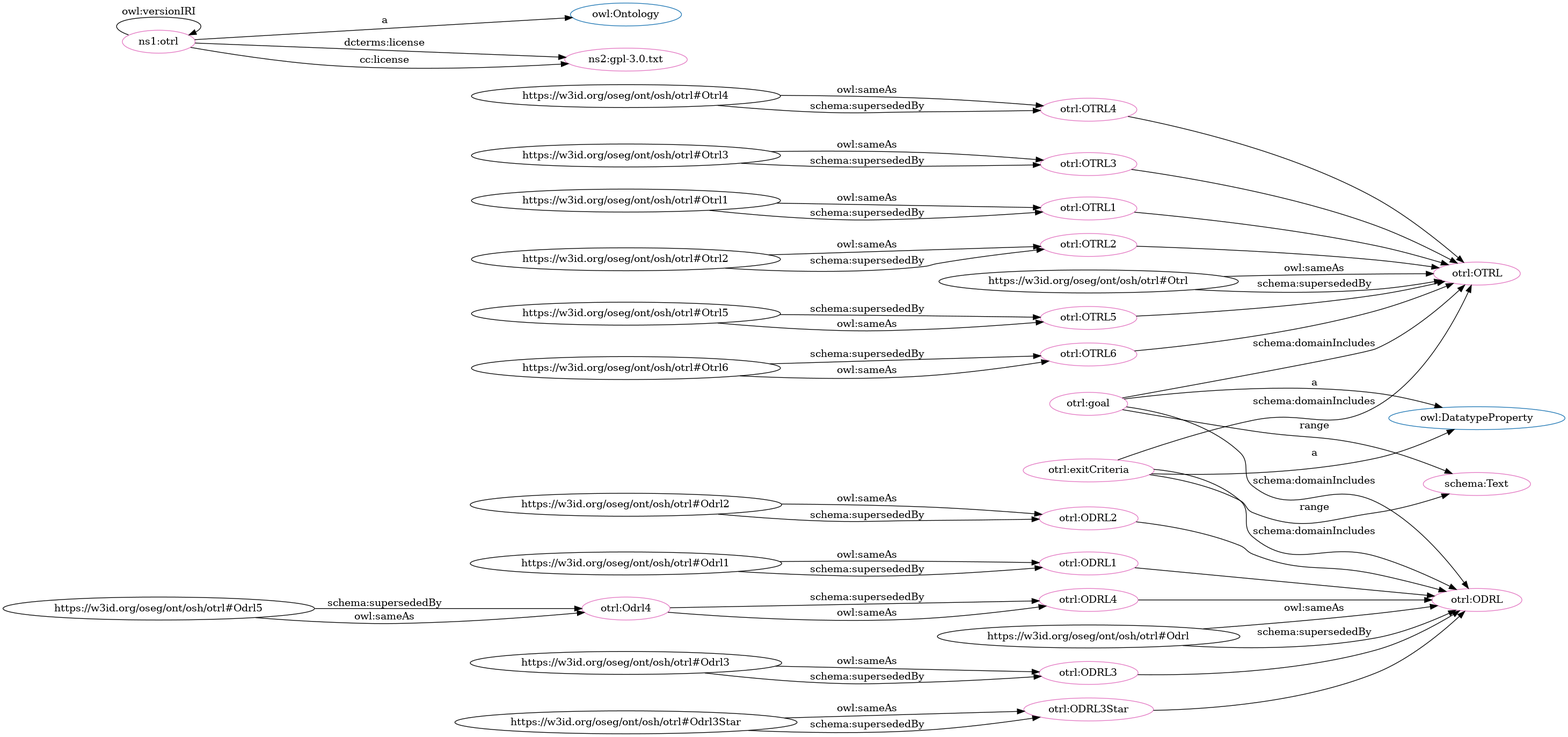
Earlier version of the Graphviz export dot_OTRL.png (OPEN-NEXT/OKH-LOSH). Its source is kept beside it as dot_OTRL.dot.
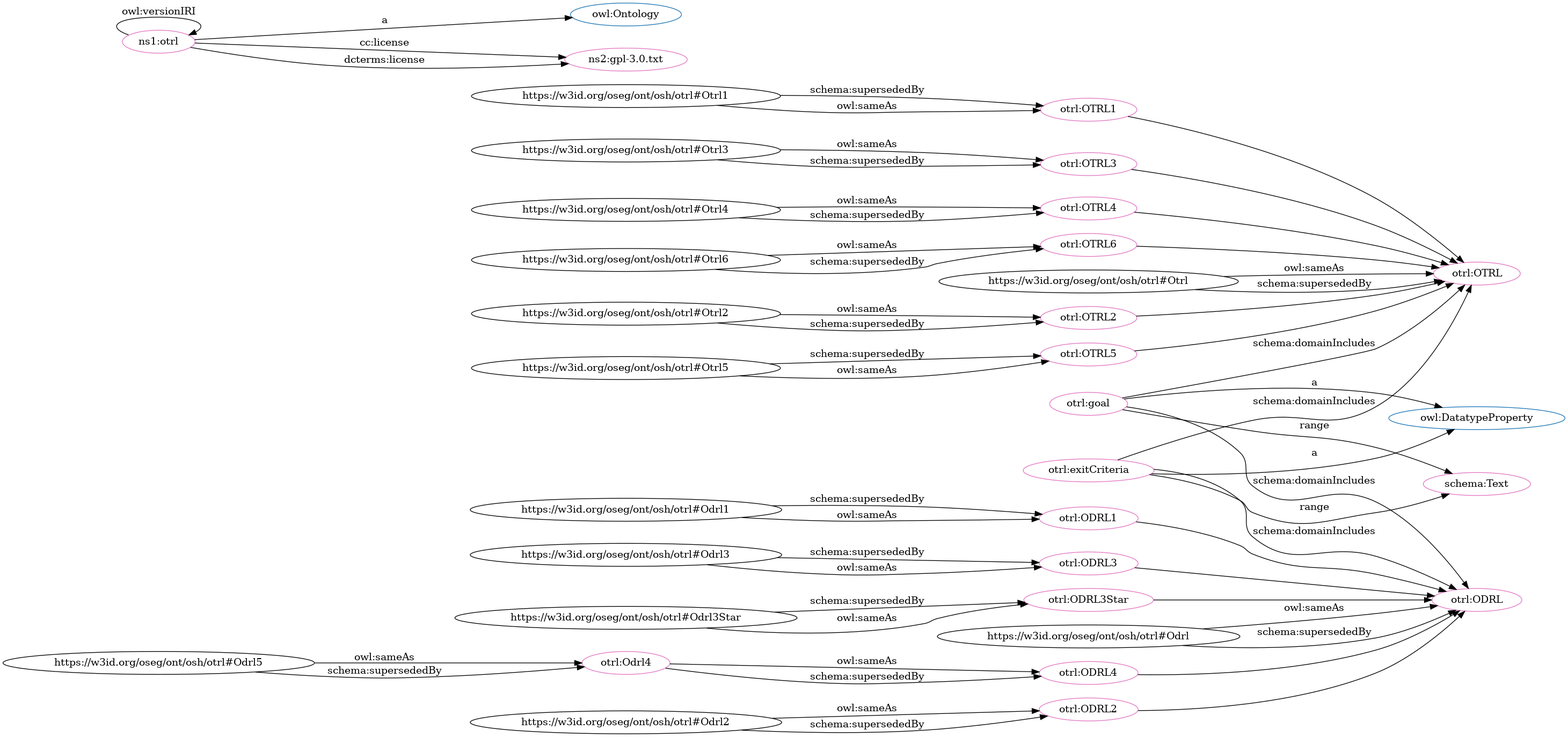
After the commit.

What changed in the source:
```diff
@@ -1,89 +1,89 @@
 digraph G {
   rankdir=BT
   node[height=.3]
-"https://w3id.org/oseg/ont/osh/otrl#OTRL1" [fillcolor="#1f77b4" color="#1f77b4" label="otrl:OTRL1"]
-"https://w3id.org/oseg/ont/osh/otrl#OTRL2" [fillcolor="#1f77b4" color="#1f77b4" label="otrl:OTRL2"]
-"http://www.w3.org/2002/07/owl#Ontology" [fillcolor="#1f77b4" color="#1f77b4" label="owl:Ontology"]
 "https://w3id.org/oseg/ont/osh/otrl#OTRL" [fillcolor="#1f77b4" color="#1f77b4" label="otrl:OTRL"]
 "http://www.w3.org/2002/07/owl#DatatypeProperty" [fillcolor="#1f77b4" color="#1f77b4" label="owl:DatatypeProperty"]
+"https://w3id.org/oseg/ont/osh/otrl#ODRL1" [fillcolor="#1f77b4" color="#1f77b4" label="otrl:ODRL1"]
+"https://w3id.org/oseg/ont/osh/otrl#ODRL3" [fillcolor="#1f77b4" color="#1f77b4" label="otrl:ODRL3"]
+"https://w3id.org/oseg/ont/osh/otrl#OTRL4" [fillcolor="#1f77b4" color="#1f77b4" label="otrl:OTRL4"]
 "https://w3id.org/oseg/ont/osh/otrl#ODRL" [fillcolor="#1f77b4" color="#1f77b4" label="otrl:ODRL"]
+"https://w3id.org/oseg/ont/osh/otrl#OTRL6" [fillcolor="#1f77b4" color="#1f77b4" label="otrl:OTRL6"]
+"https://w3id.org/oseg/ont/osh/otrl#OTRL2" [fillcolor="#1f77b4" color="#1f77b4" label="otrl:OTRL2"]
+"https://w3id.org/oseg/ont/osh/otrl#ODRL3Star" [fillcolor="#1f77b4" color="#1f77b4" label="otrl:ODRL3Star"]
+"https://w3id.org/oseg/ont/osh/otrl#ODRL4" [fillcolor="#1f77b4" color="#1f77b4" label="otrl:ODRL4"]
 "https://w3id.org/oseg/ont/osh/otrl#ODRL2" [fillcolor="#1f77b4" color="#1f77b4" label="otrl:ODRL2"]
-"https://w3id.org/oseg/ont/osh/otrl#ODRL1" [fillcolor="#1f77b4" color="#1f77b4" label="otrl:ODRL1"]
-"https://w3id.org/oseg/ont/osh/otrl#ODRL4" [fillcolor="#1f77b4" color="#1f77b4" label="otrl:ODRL4"]
 "https://w3id.org/oseg/ont/osh/otrl#OTRL5" [fillcolor="#1f77b4" color="#1f77b4" label="otrl:OTRL5"]
-"https://w3id.org/oseg/ont/osh/otrl#ODRL3" [fillcolor="#1f77b4" color="#1f77b4" label="otrl:ODRL3"]
-"https://w3id.org/oseg/ont/osh/otrl#OTRL6" [fillcolor="#1f77b4" color="#1f77b4" label="otrl:OTRL6"]
-"https://w3id.org/oseg/ont/osh/otrl#OTRL4" [fillcolor="#1f77b4" color="#1f77b4" label="otrl:OTRL4"]
-"https://w3id.org/oseg/ont/osh/otrl#ODRL3Star" [fillcolor="#1f77b4" color="#1f77b4" label="otrl:ODRL3Star"]
+"http://www.w3.org/2002/07/owl#Ontology" [fillcolor="#1f77b4" color="#1f77b4" label="owl:Ontology"]
+"https://w3id.org/oseg/ont/osh/otrl#OTRL1" [fillcolor="#1f77b4" color="#1f77b4" label="otrl:OTRL1"]
 "https://w3id.org/oseg/ont/osh/otrl#OTRL3" [fillcolor="#1f77b4" color="#1f77b4" label="otrl:OTRL3"]
+"https://w3id.org/oseg/ont/osh/otrl#OTRL3" [fillcolor="#e377c2" color="#e377c2" label="otrl:OTRL3"]
+"https://w3id.org/oseg/ont/osh/otrl" [fillcolor="#e377c2" color="#e377c2" label="ns1:otrl"]
+"https://w3id.org/oseg/ont/osh/otrl#ODRL3" [fillcolor="#e377c2" color="#e377c2" label="otrl:ODRL3"]
+"https://w3id.org/oseg/ont/osh/otrl#goal" [fillcolor="#e377c2" color="#e377c2" label="otrl:goal"]
+"https://w3id.org/oseg/ont/osh/otrl#OTRL5" [fillcolor="#e377c2" color="#e377c2" label="otrl:OTRL5"]
+"https://w3id.org/oseg/ont/osh/otrl#OTRL" [fillcolor="#e377c2" color="#e377c2" label="otrl:OTRL"]
 "https://w3id.org/oseg/ont/osh/otrl#ODRL4" [fillcolor="#e377c2" color="#e377c2" label="otrl:ODRL4"]
 "https://w3id.org/oseg/ont/osh/otrl#ODRL" [fillcolor="#e377c2" color="#e377c2" label="otrl:ODRL"]
-"https://w3id.org/oseg/ont/osh/otrl#ODRL3Star" [fillcolor="#e377c2" color="#e377c2" label="otrl:ODRL3Star"]
-"https://w3id.org/oseg/ont/osh/otrl#OTRL6" [fillcolor="#e377c2" color="#e377c2" label="otrl:OTRL6"]
-"https://w3id.org/oseg/ont/osh/otrl#OTRL" [fillcolor="#e377c2" color="#e377c2" label="otrl:OTRL"]
-"https://w3id.org/oseg/ont/osh/otrl" [fillcolor="#e377c2" color="#e377c2" label="ns1:otrl"]
-"https://w3id.org/oseg/ont/osh/otrl#Odrl4" [fillcolor="#e377c2" color="#e377c2" label="otrl:Odrl4"]
-"https://w3id.org/oseg/ont/osh/otrl#OTRL5" [fillcolor="#e377c2" color="#e377c2" label="otrl:OTRL5"]
-"https://w3id.org/oseg/ont/osh/otrl#OTRL2" [fillcolor="#e377c2" color="#e377c2" label="otrl:OTRL2"]
-"https://w3id.org/oseg/ont/osh/otrl#OTRL3" [fillcolor="#e377c2" color="#e377c2" label="otrl:OTRL3"]
-"https://w3id.org/oseg/ont/osh/otrl#ODRL3" [fillcolor="#e377c2" color="#e377c2" label="otrl:ODRL3"]
-"https://w3id.org/oseg/ont/osh/otrl#ODRL1" [fillcolor="#e377c2" color="#e377c2" label="otrl:ODRL1"]
+"https://w3id.org/oseg/ont/osh/otrl#exitCriteria" [fillcolor="#e377c2" color="#e377c2" label="otrl:exitCriteria"]
 "https://w3id.org/oseg/ont/osh/otrl#ODRL2" [fillcolor="#e377c2" color="#e377c2" label="otrl:ODRL2"]
 "http://schema.org/Text" [fillcolor="#e377c2" color="#e377c2" label="schema:Text"]
 "https://w3id.org/oseg/ont/osh/otrl#OTRL1" [fillcolor="#e377c2" color="#e377c2" label="otrl:OTRL1"]
+"https://w3id.org/oseg/ont/osh/otrl#OTRL4" [fillcolor="#e377c2" color="#e377c2" label="otrl:OTRL4"]
+"https://w3id.org/oseg/ont/osh/otrl#ODRL1" [fillcolor="#e377c2" color="#e377c2" label="otrl:ODRL1"]
+"https://w3id.org/oseg/ont/osh/otrl#ODRL3Star" [fillcolor="#e377c2" color="#e377c2" label="otrl:ODRL3Star"]
+"https://w3id.org/oseg/ont/osh/otrl#Odrl4" [fillcolor="#e377c2" color="#e377c2" label="otrl:Odrl4"]
+"https://w3id.org/oseg/ont/osh/otrl#OTRL6" [fillcolor="#e377c2" color="#e377c2" label="otrl:OTRL6"]
 "https://www.gnu.org/licenses/gpl-3.0.txt" [fillcolor="#e377c2" color="#e377c2" label="ns2:gpl-3.0.txt"]
-"https://w3id.org/oseg/ont/osh/otrl#OTRL4" [fillcolor="#e377c2" color="#e377c2" label="otrl:OTRL4"]
-"https://w3id.org/oseg/ont/osh/otrl#goal" [fillcolor="#e377c2" color="#e377c2" label="otrl:goal"]
-"https://w3id.org/oseg/ont/osh/otrl#exitCriteria" [fillcolor="#e377c2" color="#e377c2" label="otrl:exitCriteria"]
+"https://w3id.org/oseg/ont/osh/otrl#OTRL2" [fillcolor="#e377c2" color="#e377c2" label="otrl:OTRL2"]
+  "https://w3id.org/oseg/ont/osh/otrl#Otrl3" -> "https://w3id.org/oseg/ont/osh/otrl#OTRL3" [label="owl:sameAs"]
+  "https://w3id.org/oseg/ont/osh/otrl" -> "https://w3id.org/oseg/ont/osh/otrl" [label="owl:versionIRI"]
+  "https://w3id.org/oseg/ont/osh/otrl#Odrl3" -> "https://w3id.org/oseg/ont/osh/otrl#ODRL3" [label="schema:supersededBy"]
+  "https://w3id.org/oseg/ont/osh/otrl" -> "http://www.w3.org/2002/07/owl#Ontology" [label="a"]
+  "https://w3id.org/oseg/ont/osh/otrl#goal" -> "http://www.w3.org/2002/07/owl#DatatypeProperty" [label="a"]
+  "https://w3id.org/oseg/ont/osh/otrl#Otrl5" -> "https://w3id.org/oseg/ont/osh/otrl#OTRL5" [label="schema:supersededBy"]
+  "https://w3id.org/oseg/ont/osh/otrl#Otrl" -> "https://w3id.org/oseg/ont/osh/otrl#OTRL" [label="owl:sameAs"]
+  "https://w3id.org/oseg/ont/osh/otrl#OTRL2" -> "https://w3id.org/oseg/ont/osh/otrl#OTRL" [label=""]
+  "https://w3id.org/oseg/ont/osh/otrl#Otrl" -> "https://w3id.org/oseg/ont/osh/otrl#OTRL" [label="schema:supersededBy"]
+  "https://w3id.org/oseg/ont/osh/otrl#Odrl4" -> "https://w3id.org/oseg/ont/osh/otrl#ODRL4" [label="owl:sameAs"]
+  "https://w3id.org/oseg/ont/osh/otrl#ODRL3" -> "https://w3id.org/oseg/ont/osh/otrl#ODRL" [label=""]
+  "https://w3id.org/oseg/ont/osh/otrl#Odrl" -> "https://w3id.org/oseg/ont/osh/otrl#ODRL" [label="owl:sameAs"]
+  "https://w3id.org/oseg/ont/osh/otrl#exitCriteria" -> "https://w3id.org/oseg/ont/osh/otrl#ODRL" [label="schema:domainIncludes"]
+  "https://w3id.org/oseg/ont/osh/otrl#exitCriteria" -> "http://www.w3.org/2002/07/owl#DatatypeProperty" [label="a"]
+  "https://w3id.org/oseg/ont/osh/otrl#Odrl2" -> "https://w3id.org/oseg/ont/osh/otrl#ODRL2" [label="owl:sameAs"]
+  "https://w3id.org/oseg/ont/osh/otrl#OTRL5" -> "https://w3id.org/oseg/ont/osh/otrl#OTRL" [label=""]
+  "https://w3id.org/oseg/ont/osh/otrl#ODRL3Star" -> "https://w3id.org/oseg/ont/osh/otrl#ODRL" [label=""]
+  "https://w3id.org/oseg/ont/osh/otrl#exitCriteria" -> "http://schema.org/Text" [label="range"]
+  "https://w3id.org/oseg/ont/osh/otrl#OTRL3" -> "https://w3id.org/oseg/ont/osh/otrl#OTRL" [label=""]
+  "https://w3id.org/oseg/ont/osh/otrl#Odrl2" -> "https://w3id.org/oseg/ont/osh/otrl#ODRL2" [label="schema:supersededBy"]
+  "https://w3id.org/oseg/ont/osh/otrl#Otrl1" -> "https://w3id.org/oseg/ont/osh/otrl#OTRL1" [label="schema:supersededBy"]
+  "https://w3id.org/oseg/ont/osh/otrl#Otrl4" -> "https://w3id.org/oseg/ont/osh/otrl#OTRL4" [label="owl:sameAs"]
+  "https://w3id.org/oseg/ont/osh/otrl#Odrl3" -> "https://w3id.org/oseg/ont/osh/otrl#ODRL3" [label="owl:sameAs"]
+  "https://w3id.org/oseg/ont/osh/otrl#Otrl4" -> "https://w3id.org/oseg/ont/osh/otrl#OTRL4" [label="schema:supersededBy"]
+  "https://w3id.org/oseg/ont/osh/otrl#Odrl1" -> "https://w3id.org/oseg/ont/osh/otrl#ODRL1" [label="schema:supersededBy"]
+  "https://w3id.org/oseg/ont/osh/otrl#Odrl3Star" -> "https://w3id.org/oseg/ont/osh/otrl#ODRL3Star" [label="schema:supersededBy"]
+  "https://w3id.org/oseg/ont/osh/otrl#Odrl5" -> "https://w3id.org/oseg/ont/osh/otrl#Odrl4" [label="owl:sameAs"]
+  "https://w3id.org/oseg/ont/osh/otrl#Otrl5" -> "https://w3id.org/oseg/ont/osh/otrl#OTRL5" [label="owl:sameAs"]
+  "https://w3id.org/oseg/ont/osh/otrl#ODRL4" -> "https://w3id.org/oseg/ont/osh/otrl#ODRL" [label=""]
   "https://w3id.org/oseg/ont/osh/otrl#Odrl4" -> "https://w3id.org/oseg/ont/osh/otrl#ODRL4" [label="schema:supersededBy"]
+  "https://w3id.org/oseg/ont/osh/otrl#Otrl6" -> "https://w3id.org/oseg/ont/osh/otrl#OTRL6" [label="owl:sameAs"]
+  "https://w3id.org/oseg/ont/osh/otrl" -> "https://www.gnu.org/licenses/gpl-3.0.txt" [label="cc:license"]
+  "https://w3id.org/oseg/ont/osh/otrl#Odrl5" -> "https://w3id.org/oseg/ont/osh/otrl#Odrl4" [label="schema:supersededBy"]
+  "https://w3id.org/oseg/ont/osh/otrl#OTRL4" -> "https://w3id.org/oseg/ont/osh/otrl#OTRL" [label=""]
+  "https://w3id.org/oseg/ont/osh/otrl#Otrl6" -> "https://w3id.org/oseg/ont/osh/otrl#OTRL6" [label="schema:supersededBy"]
+  "https://w3id.org/oseg/ont/osh/otrl#Otrl2" -> "https://w3id.org/oseg/ont/osh/otrl#OTRL2" [label="owl:sameAs"]
+  "https://w3id.org/oseg/ont/osh/otrl#goal" -> "https://w3id.org/oseg/ont/osh/otrl#ODRL" [label="schema:domainIncludes"]
+  "https://w3id.org/oseg/ont/osh/otrl#goal" -> "http://schema.org/Text" [label="range"]
+  "https://w3id.org/oseg/ont/osh/otrl#Odrl1" -> "https://w3id.org/oseg/ont/osh/otrl#ODRL1" [label="owl:sameAs"]
+  "https://w3id.org/oseg/ont/osh/otrl#Otrl3" -> "https://w3id.org/oseg/ont/osh/otrl#OTRL3" [label="schema:supersededBy"]
+  "https://w3id.org/oseg/ont/osh/otrl#Otrl2" -> "https://w3id.org/oseg/ont/osh/otrl#OTRL2" [label="schema:supersededBy"]
   "https://w3id.org/oseg/ont/osh/otrl#ODRL1" -> "https://w3id.org/oseg/ont/osh/otrl#ODRL" [label=""]
-  "https://w3id.org/oseg/ont/osh/otrl#Odrl" -> "https://w3id.org/oseg/ont/osh/otrl#ODRL" [label="owl:sameAs"]
-  "https://w3id.org/oseg/ont/osh/otrl#ODRL3Star" -> "https://w3id.org/oseg/ont/osh/otrl#ODRL" [label=""]
+  "https://w3id.org/oseg/ont/osh/otrl#exitCriteria" -> "https://w3id.org/oseg/ont/osh/otrl#OTRL" [label="schema:domainIncludes"]
+  "https://w3id.org/oseg/ont/osh/otrl#OTRL1" -> "https://w3id.org/oseg/ont/osh/otrl#OTRL" [label=""]
+  "https://w3id.org/oseg/ont/osh/otrl" -> "https://www.gnu.org/licenses/gpl-3.0.txt" [label="dcterms:license"]
+  "https://w3id.org/oseg/ont/osh/otrl#goal" -> "https://w3id.org/oseg/ont/osh/otrl#OTRL" [label="schema:domainIncludes"]
+  "https://w3id.org/oseg/ont/osh/otrl#Odrl" -> "https://w3id.org/oseg/ont/osh/otrl#ODRL" [label="schema:supersededBy"]
   "https://w3id.org/oseg/ont/osh/otrl#Odrl3Star" -> "https://w3id.org/oseg/ont/osh/otrl#ODRL3Star" [label="owl:sameAs"]
-  "https://w3id.org/oseg/ont/osh/otrl#Otrl6" -> "https://w3id.org/oseg/ont/osh/otrl#OTRL6" [label="schema:supersededBy"]
-  "https://w3id.org/oseg/ont/osh/otrl#exitCriteria" -> "https://w3id.org/oseg/ont/osh/otrl#OTRL" [label="schema:domainIncludes"]
+  "https://w3id.org/oseg/ont/osh/otrl#ODRL2" -> "https://w3id.org/oseg/ont/osh/otrl#ODRL" [label=""]
   "https://w3id.org/oseg/ont/osh/otrl#OTRL6" -> "https://w3id.org/oseg/ont/osh/otrl#OTRL" [label=""]
-  "https://w3id.org/oseg/ont/osh/otrl" -> "https://w3id.org/oseg/ont/osh/otrl" [label="owl:versionIRI"]
-  "https://w3id.org/oseg/ont/osh/otrl#Odrl5" -> "https://w3id.org/oseg/ont/osh/otrl#Odrl4" [label="schema:supersededBy"]
-  "https://w3id.org/oseg/ont/osh/otrl#Otrl5" -> "https://w3id.org/oseg/ont/osh/otrl#OTRL5" [label="schema:supersededBy"]
-  "https://w3id.org/oseg/ont/osh/otrl#Otrl2" -> "https://w3id.org/oseg/ont/osh/otrl#OTRL2" [label="owl:sameAs"]
-  "https://w3id.org/oseg/ont/osh/otrl#Otrl3" -> "https://w3id.org/oseg/ont/osh/otrl#OTRL3" [label="owl:sameAs"]
-  "https://w3id.org/oseg/ont/osh/otrl#Odrl3" -> "https://w3id.org/oseg/ont/osh/otrl#ODRL3" [label="owl:sameAs"]
-  "https://w3id.org/oseg/ont/osh/otrl#exitCriteria" -> "https://w3id.org/oseg/ont/osh/otrl#ODRL" [label="schema:domainIncludes"]
-  "https://w3id.org/oseg/ont/osh/otrl#ODRL3" -> "https://w3id.org/oseg/ont/osh/otrl#ODRL" [label=""]
-  "https://w3id.org/oseg/ont/osh/otrl#ODRL2" -> "https://w3id.org/oseg/ont/osh/otrl#ODRL" [label=""]
-  "https://w3id.org/oseg/ont/osh/otrl#Odrl3Star" -> "https://w3id.org/oseg/ont/osh/otrl#ODRL3Star" [label="schema:supersededBy"]
-  "https://w3id.org/oseg/ont/osh/otrl#Odrl1" -> "https://w3id.org/oseg/ont/osh/otrl#ODRL1" [label="owl:sameAs"]
-  "https://w3id.org/oseg/ont/osh/otrl#Odrl2" -> "https://w3id.org/oseg/ont/osh/otrl#ODRL2" [label="owl:sameAs"]
-  "https://w3id.org/oseg/ont/osh/otrl#OTRL3" -> "https://w3id.org/oseg/ont/osh/otrl#OTRL" [label=""]
-  "https://w3id.org/oseg/ont/osh/otrl#goal" -> "http://schema.org/Text" [label="range"]
-  "https://w3id.org/oseg/ont/osh/otrl#goal" -> "https://w3id.org/oseg/ont/osh/otrl#ODRL" [label="schema:domainIncludes"]
-  "https://w3id.org/oseg/ont/osh/otrl#Otrl3" -> "https://w3id.org/oseg/ont/osh/otrl#OTRL3" [label="schema:supersededBy"]
-  "https://w3id.org/oseg/ont/osh/otrl#Odrl3" -> "https://w3id.org/oseg/ont/osh/otrl#ODRL3" [label="schema:supersededBy"]
-  "https://w3id.org/oseg/ont/osh/otrl#exitCriteria" -> "http://schema.org/Text" [label="range"]
-  "https://w3id.org/oseg/ont/osh/otrl#Otrl2" -> "https://w3id.org/oseg/ont/osh/otrl#OTRL2" [label="schema:supersededBy"]
-  "https://w3id.org/oseg/ont/osh/otrl#Odrl" -> "https://w3id.org/oseg/ont/osh/otrl#ODRL" [label="schema:supersededBy"]
-  "https://w3id.org/oseg/ont/osh/otrl#Odrl2" -> "https://w3id.org/oseg/ont/osh/otrl#ODRL2" [label="schema:supersededBy"]
   "https://w3id.org/oseg/ont/osh/otrl#Otrl1" -> "https://w3id.org/oseg/ont/osh/otrl#OTRL1" [label="owl:sameAs"]
-  "https://w3id.org/oseg/ont/osh/otrl" -> "https://www.gnu.org/licenses/gpl-3.0.txt" [label="dcterms:license"]
-  "https://w3id.org/oseg/ont/osh/otrl#OTRL5" -> "https://w3id.org/oseg/ont/osh/otrl#OTRL" [label=""]
-  "https://w3id.org/oseg/ont/osh/otrl#Otrl4" -> "https://w3id.org/oseg/ont/osh/otrl#OTRL4" [label="owl:sameAs"]
-  "https://w3id.org/oseg/ont/osh/otrl#Odrl5" -> "https://w3id.org/oseg/ont/osh/otrl#Odrl4" [label="owl:sameAs"]
-  "https://w3id.org/oseg/ont/osh/otrl#Otrl" -> "https://w3id.org/oseg/ont/osh/otrl#OTRL" [label="owl:sameAs"]
-  "https://w3id.org/oseg/ont/osh/otrl#Odrl4" -> "https://w3id.org/oseg/ont/osh/otrl#ODRL4" [label="owl:sameAs"]
-  "https://w3id.org/oseg/ont/osh/otrl" -> "https://www.gnu.org/licenses/gpl-3.0.txt" [label="cc:license"]
-  "https://w3id.org/oseg/ont/osh/otrl#Otrl1" -> "https://w3id.org/oseg/ont/osh/otrl#OTRL1" [label="schema:supersededBy"]
-  "https://w3id.org/oseg/ont/osh/otrl#OTRL4" -> "https://w3id.org/oseg/ont/osh/otrl#OTRL" [label=""]
-  "https://w3id.org/oseg/ont/osh/otrl#Odrl1" -> "https://w3id.org/oseg/ont/osh/otrl#ODRL1" [label="schema:supersededBy"]
-  "https://w3id.org/oseg/ont/osh/otrl#OTRL1" -> "https://w3id.org/oseg/ont/osh/otrl#OTRL" [label=""]
-  "https://w3id.org/oseg/ont/osh/otrl#OTRL2" -> "https://w3id.org/oseg/ont/osh/otrl#OTRL" [label=""]
-  "https://w3id.org/oseg/ont/osh/otrl#Otrl6" -> "https://w3id.org/oseg/ont/osh/otrl#OTRL6" [label="owl:sameAs"]
-  "https://w3id.org/oseg/ont/osh/otrl#goal" -> "http://www.w3.org/2002/07/owl#DatatypeProperty" [label="a"]
-  "https://w3id.org/oseg/ont/osh/otrl#Otrl4" -> "https://w3id.org/oseg/ont/osh/otrl#OTRL4" [label="schema:supersededBy"]
-  "https://w3id.org/oseg/ont/osh/otrl#Otrl" -> "https://w3id.org/oseg/ont/osh/otrl#OTRL" [label="schema:supersededBy"]
-  "https://w3id.org/oseg/ont/osh/otrl#exitCriteria" -> "http://www.w3.org/2002/07/owl#DatatypeProperty" [label="a"]
-  "https://w3id.org/oseg/ont/osh/otrl#ODRL4" -> "https://w3id.org/oseg/ont/osh/otrl#ODRL" [label=""]
-  "https://w3id.org/oseg/ont/osh/otrl" -> "http://www.w3.org/2002/07/owl#Ontology" [label="a"]
-  "https://w3id.org/oseg/ont/osh/otrl#Otrl5" -> "https://w3id.org/oseg/ont/osh/otrl#OTRL5" [label="owl:sameAs"]
-  "https://w3id.org/oseg/ont/osh/otrl#goal" -> "https://w3id.org/oseg/ont/osh/otrl#OTRL" [label="schema:domainIncludes"]
 }
```
